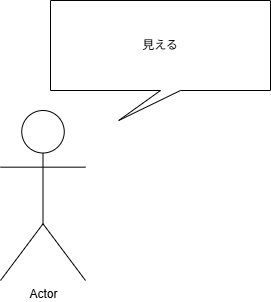
me-nakade/sb-todo-list keeps this draw.io diagram as docs/drawio/sample.drawio.png. Above is the earlier version. Source tidied: cells renumbered, new cells last; positions are measured from the earlier drawing's top-left corner, leaving out a move shared by most shapes.
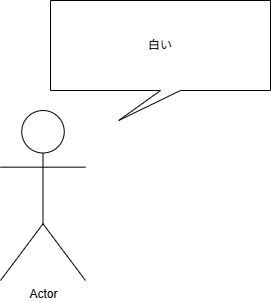
After the commit.

Commit message:
docs: 吹き出しの中変更

Diff of the diagram source:
```diff
@@ -5,7 +5,7 @@
     <mxCell id="2" value="Actor" style="shape=umlActor;verticalLabelPosition=bottom;verticalAlign=top;html=1;" parent="1" vertex="1">
       <mxGeometry y="110" width="85" height="170" as="geometry" />
     </mxCell>
-    <mxCell id="3" value="見える" style="shape=callout;whiteSpace=wrap;html=1;perimeter=calloutPerimeter;position2=0.31;" parent="1" vertex="1">
+    <mxCell id="3" value="白い" style="shape=callout;whiteSpace=wrap;html=1;perimeter=calloutPerimeter;position2=0.31;" parent="1" vertex="1">
       <mxGeometry x="50" width="220" height="120" as="geometry" />
     </mxCell>
   </root>
```
